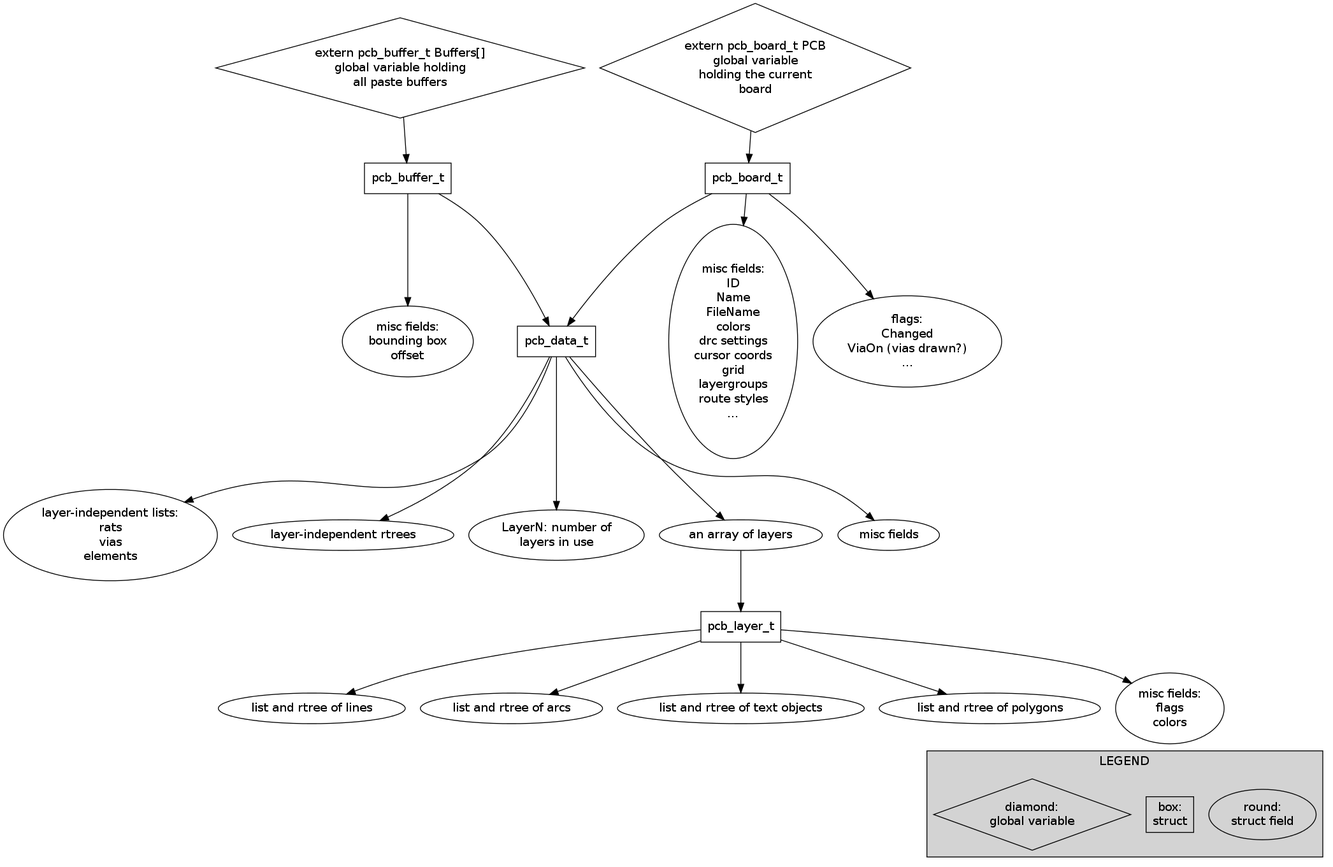
Above: doc/developer/data1.png in NoSuchProcess/pcb-rnd (Graphviz), before the change. Its source is kept beside it as doc/developer/src/data1.dot. Source of this version:
```dot
digraph pcb_data {
	PCBType_misc [label="misc fields:\nID\nName\nFileName\ncolors\ndrc settings\ncursor coords\ngrid\nlayergroups\nroute styles\n..."]
	PCBType_flags [label="flags:\nChanged\nViaOn (vias drawn?)\n..."]
	pcb_board_t -> PCBType_misc
	pcb_board_t -> PCBType_flags
	pcb_board_t -> pcb_data_t
	pcb_board_t [shape=box]

	PCB [label="extern pcb_board_t PCB\nglobal variable\nholding the current\nboard" shape=diamond]
	PCB -> pcb_board_t

	Buffers [label="extern pcb_buffer_t Buffers[]\nglobal variable holding\nall paste buffers" shape=diamond]
	Buffers -> pcb_buffer_t

	BufferType_misc [label="misc fields:\nbounding box\noffset"]
	pcb_buffer_t -> BufferType_misc
	pcb_buffer_t -> pcb_data_t
	pcb_buffer_t [shape=box]

	DataType_lists [label="layer-independent lists:\nrats\nvias\nelements"]
	DataType_rtrees [label="layer-independent rtrees"]
	DataType_LayerN [label="LayerN: number of\nlayers in use"]
	DataType_layers [label="an array of layers"]
	DataType_misc [label="misc fields"]

	pcb_data_t -> DataType_misc
	pcb_data_t -> DataType_LayerN
	pcb_data_t -> DataType_layers
	pcb_data_t -> DataType_lists
	pcb_data_t -> DataType_rtrees
	pcb_data_t [shape=box]

	DataType_layers -> pcb_layer_t


	LayerType_lines [label="list and rtree of lines"]
	LayerType_arcs [label="list and rtree of arcs"]
	LayerType_texts [label="list and rtree of text objects"]
	LayerType_polygons [label="list and rtree of polygons"]
	LayerType_misc [label="misc fields:\nflags\ncolors"]

	pcb_layer_t -> LayerType_misc
	pcb_layer_t -> LayerType_lines
	pcb_layer_t -> LayerType_arcs
	pcb_layer_t -> LayerType_texts
	pcb_layer_t -> LayerType_polygons
	pcb_layer_t [shape=box]

	subgraph "cluster_1" {
		label="LEGEND"
		style=filled
		bgcolor=grey
		round [label="round:\nstruct field"]
		struct [label="box:\nstruct" shape=box]
		diamond [label="diamond:\nglobal variable" shape=diamond]
	}

	LayerType_misc -> struct [style=invis]
}
```
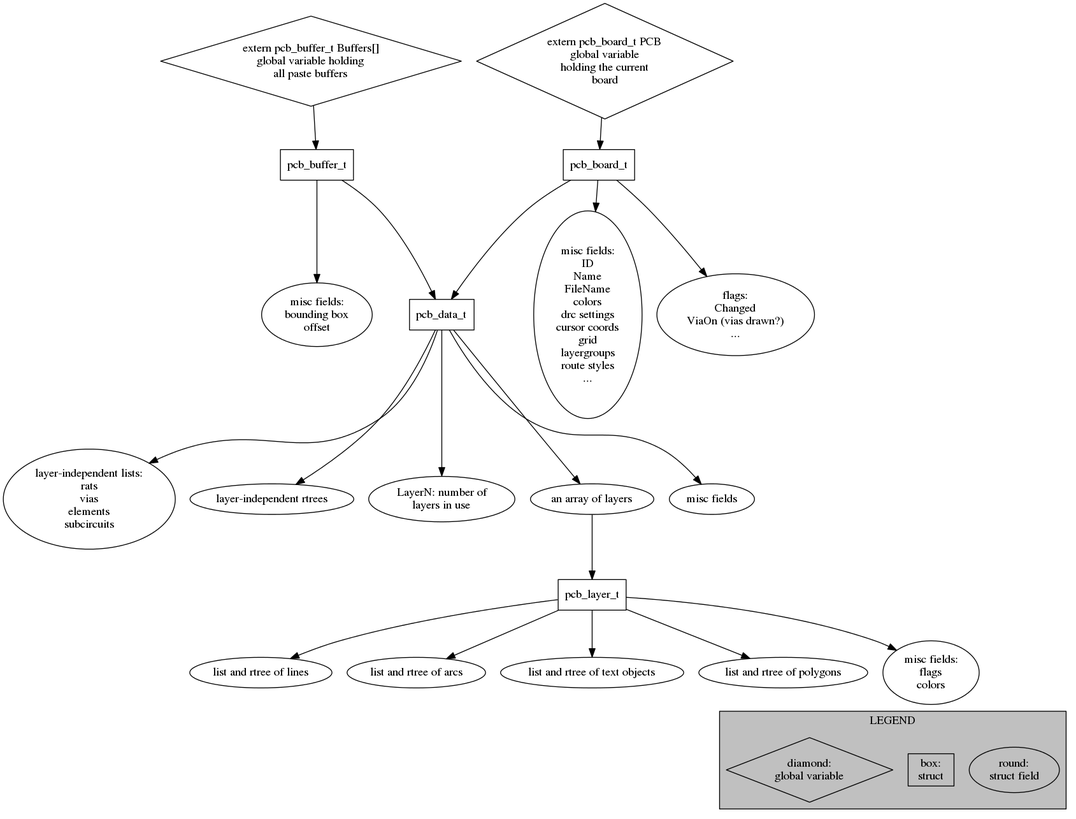
Later version of the same file.

The edit, as a diff of the source:
```diff
@@ -17,7 +17,7 @@
 	pcb_buffer_t -> pcb_data_t
 	pcb_buffer_t [shape=box]
 
-	DataType_lists [label="layer-independent lists:\nrats\nvias\nelements"]
+	DataType_lists [label="layer-independent lists:\nrats\nvias\nelements\nsubcircuits"]
 	DataType_rtrees [label="layer-independent rtrees"]
 	DataType_LayerN [label="LayerN: number of\nlayers in use"]
 	DataType_layers [label="an array of layers"]
```
